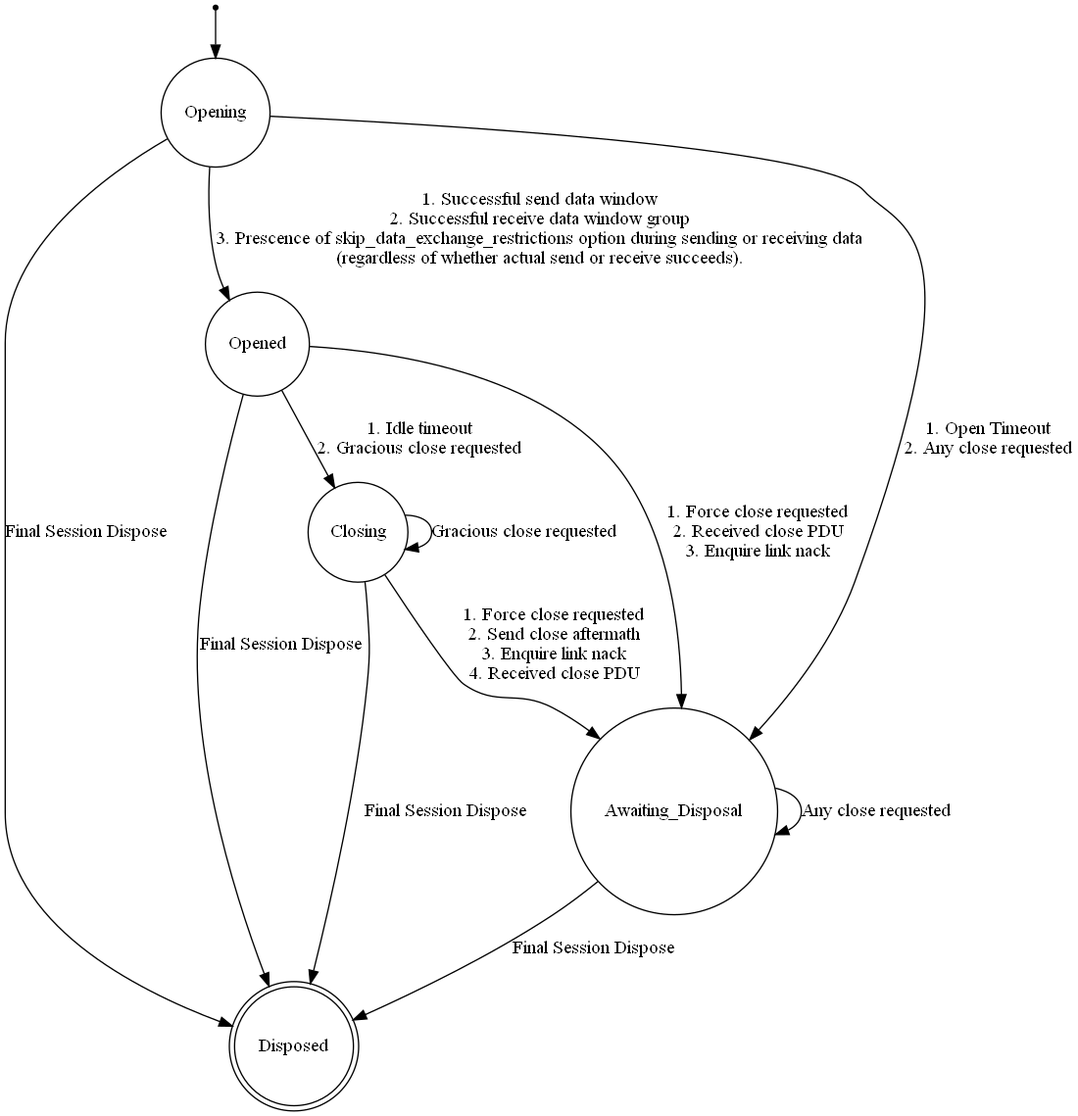
aaronicsubstances/scalable-ipc keeps this Graphviz diagram as psm.png. Above is the earlier version. Its source is kept beside it as psm.dot.
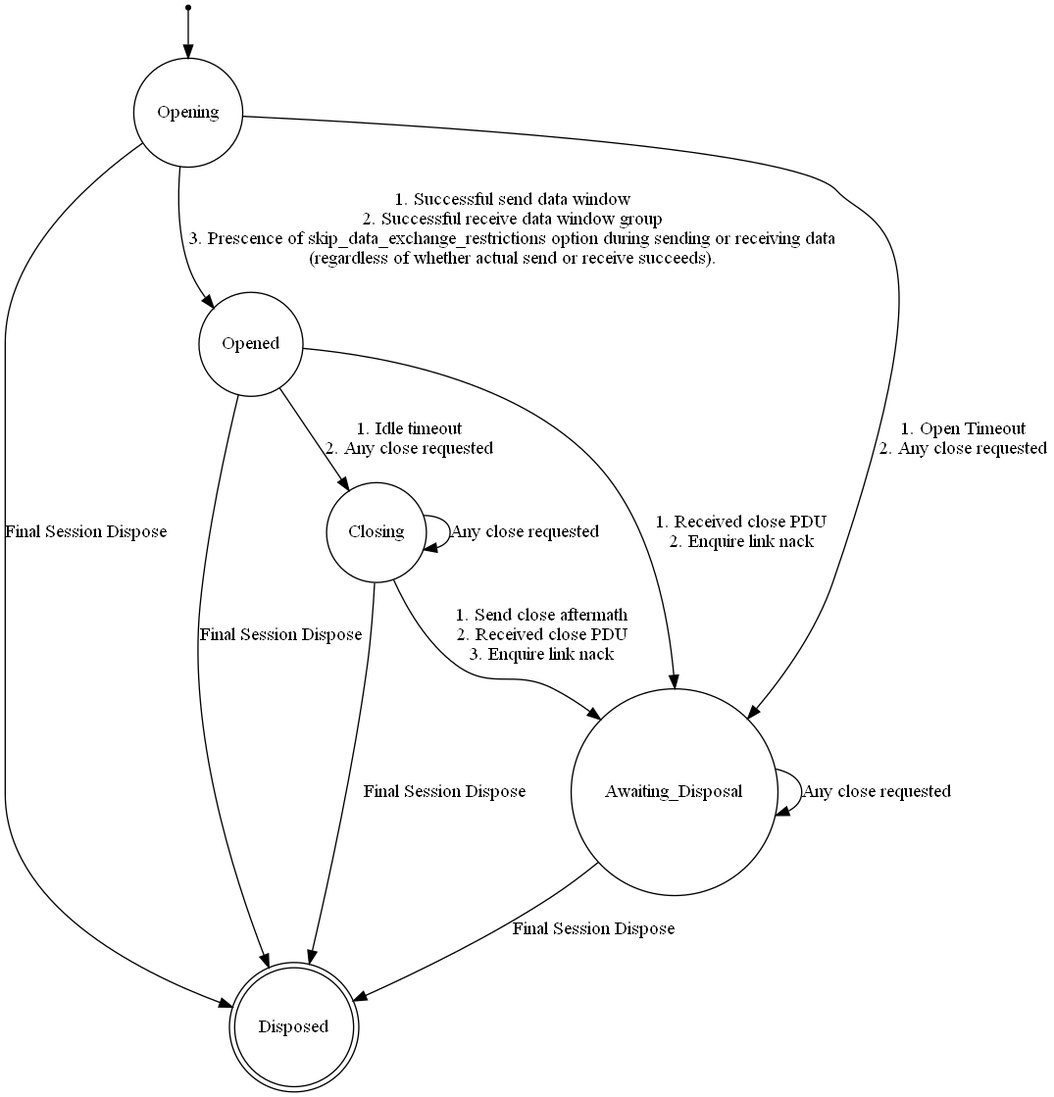
The same file after the commit.

Commit message:
Adjusted protocol state machine diagram to conform to implementation's handling of closing state.

Diff of the diagram source:
```diff
@@ -10,19 +10,17 @@
 	>];
 	Opened -> Closing [ label = <
 		1. Idle timeout<br/>
-		2. Gracious close requested
+		2. Any close requested
 	>];
-	Closing -> Closing [ label = "Gracious close requested" ];
+	Closing -> Closing [ label = "Any close requested" ];
 	Closing -> Awaiting_Disposal [label = <
-		1. Force close requested<br/>
-		2. Send close aftermath<br/>
-		3. Enquire link nack<br/>
-		4. Received close PDU
+		1. Send close aftermath<br/>
+		2. Received close PDU<br/>
+		3. Enquire link nack
 	>];
 	Opened -> Awaiting_Disposal [ label = <
-		1. Force close requested<br/>
-		2. Received close PDU<br/>
-		3. Enquire link nack
+		1. Received close PDU<br/>
+		2. Enquire link nack
 	>];
 	Opening -> Awaiting_Disposal [ label = <
 		1. Open Timeout<br/>
```
